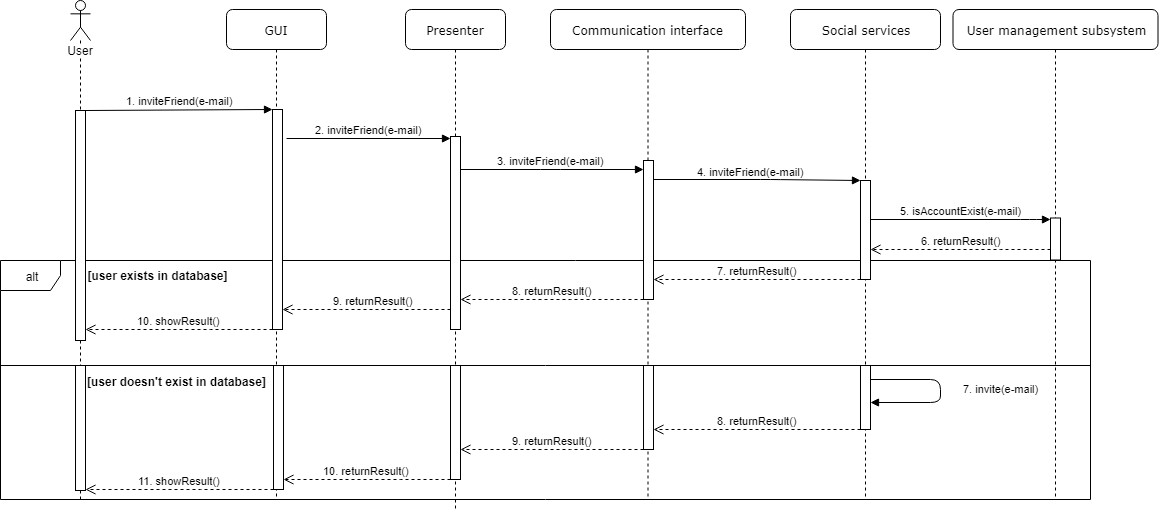
Earlier version of the draw.io export Documents/images/inviteFriend.png (dorotatomczak/TravelPlannerApp). Source tidied: cells renumbered, new cells last; positions are measured from the earlier drawing's top-left corner, leaving out a move shared by most shapes. The source it was exported from:
```xml
<mxGraphModel background="#ffffff">
  <root>
    <mxCell id="0" />
    <mxCell id="1" parent="0" />
    <mxCell id="2" value="alt" style="shape=umlFrame;whiteSpace=wrap;html=1;" parent="1" vertex="1">
      <mxGeometry y="260" width="1090" height="239" as="geometry" />
    </mxCell>
    <mxCell id="3" value="GUI" style="shape=umlLifeline;perimeter=lifelinePerimeter;whiteSpace=wrap;html=1;rounded=1;shadow=0;comic=0;labelBackgroundColor=none;strokeColor=#000000;strokeWidth=1;fillColor=#FFFFFF;fontFamily=Verdana;fontSize=12;fontColor=#000000;align=center;" parent="1" vertex="1">
      <mxGeometry x="226" y="9" width="100" height="490" as="geometry" />
    </mxCell>
    <mxCell id="4" style="html=1;points=[];perimeter=orthogonalPerimeter;" parent="3" vertex="1">
      <mxGeometry x="46" y="100" width="10" height="220" as="geometry" />
    </mxCell>
    <mxCell id="5" style="html=1;points=[];perimeter=orthogonalPerimeter;" parent="3" vertex="1">
      <mxGeometry x="47" y="356" width="10" height="124" as="geometry" />
    </mxCell>
    <mxCell id="6" value="User&lt;br&gt;" style="shape=umlLifeline;participant=umlActor;perimeter=lifelinePerimeter;whiteSpace=wrap;html=1;verticalAlign=top;spacingTop=36;labelBackgroundColor=#ffffff;" parent="1" vertex="1">
      <mxGeometry x="70" width="20" height="499" as="geometry" />
    </mxCell>
    <mxCell id="7" style="html=1;points=[];perimeter=orthogonalPerimeter;" parent="6" vertex="1">
      <mxGeometry x="5" y="110" width="10" height="230" as="geometry" />
    </mxCell>
    <mxCell id="8" style="html=1;points=[];perimeter=orthogonalPerimeter;" parent="6" vertex="1">
      <mxGeometry x="5" y="365" width="10" height="125" as="geometry" />
    </mxCell>
    <mxCell id="9" value="Communication interface" style="shape=umlLifeline;perimeter=lifelinePerimeter;whiteSpace=wrap;html=1;rounded=1;shadow=0;comic=0;labelBackgroundColor=none;strokeColor=#000000;strokeWidth=1;fillColor=#FFFFFF;fontFamily=Verdana;fontSize=12;fontColor=#000000;align=center;" parent="1" vertex="1">
      <mxGeometry x="550" y="9" width="195" height="490" as="geometry" />
    </mxCell>
    <mxCell id="10" style="html=1;points=[];perimeter=orthogonalPerimeter;" parent="9" vertex="1">
      <mxGeometry x="93" y="151" width="10" height="139" as="geometry" />
    </mxCell>
    <mxCell id="11" style="html=1;points=[];perimeter=orthogonalPerimeter;" parent="9" vertex="1">
      <mxGeometry x="93" y="356" width="10" height="84" as="geometry" />
    </mxCell>
    <mxCell id="12" value="User management subsystem" style="shape=umlLifeline;perimeter=lifelinePerimeter;whiteSpace=wrap;html=1;rounded=1;shadow=0;comic=0;labelBackgroundColor=none;strokeColor=#000000;strokeWidth=1;fillColor=#FFFFFF;fontFamily=Verdana;fontSize=12;fontColor=#000000;align=center;" parent="1" vertex="1">
      <mxGeometry x="952.5" y="9" width="205" height="490" as="geometry" />
    </mxCell>
    <mxCell id="13" style="html=1;points=[];perimeter=orthogonalPerimeter;" parent="12" vertex="1">
      <mxGeometry x="97.5" y="208.5" width="10" height="42" as="geometry" />
    </mxCell>
    <mxCell id="14" value="Presenter" style="shape=umlLifeline;perimeter=lifelinePerimeter;whiteSpace=wrap;html=1;rounded=1;shadow=0;comic=0;labelBackgroundColor=none;strokeColor=#000000;strokeWidth=1;fillColor=#FFFFFF;fontFamily=Verdana;fontSize=12;fontColor=#000000;align=center;" parent="1" vertex="1">
      <mxGeometry x="405" y="9" width="100" height="499" as="geometry" />
    </mxCell>
    <mxCell id="15" style="html=1;points=[];perimeter=orthogonalPerimeter;" parent="14" vertex="1">
      <mxGeometry x="45" y="127" width="10" height="193" as="geometry" />
    </mxCell>
    <mxCell id="16" style="html=1;points=[];perimeter=orthogonalPerimeter;" parent="14" vertex="1">
      <mxGeometry x="45" y="356" width="10" height="114" as="geometry" />
    </mxCell>
    <mxCell id="17" value="Social services" style="shape=umlLifeline;perimeter=lifelinePerimeter;whiteSpace=wrap;html=1;rounded=1;shadow=0;comic=0;labelBackgroundColor=none;strokeColor=#000000;strokeWidth=1;fillColor=#FFFFFF;fontFamily=Verdana;fontSize=12;fontColor=#000000;align=center;" parent="1" vertex="1">
      <mxGeometry x="790" y="9" width="150" height="490" as="geometry" />
    </mxCell>
    <mxCell id="18" style="html=1;points=[];perimeter=orthogonalPerimeter;" parent="17" vertex="1">
      <mxGeometry x="70" y="171" width="10" height="99" as="geometry" />
    </mxCell>
    <mxCell id="19" style="html=1;points=[];perimeter=orthogonalPerimeter;" parent="17" vertex="1">
      <mxGeometry x="70" y="356" width="10" height="64" as="geometry" />
    </mxCell>
    <mxCell id="20" value="7. invite(e-mail)" style="html=1;verticalAlign=bottom;endArrow=block;" parent="17" edge="1" target="19">
      <mxGeometry x="0.14" y="-60" relative="1" as="geometry">
        <mxPoint x="80" y="370" as="sourcePoint" />
        <Array as="points">
          <mxPoint x="150" y="370" />
          <mxPoint x="150" y="393" />
        </Array>
        <mxPoint x="60" y="55" as="offset" />
      </mxGeometry>
    </mxCell>
    <mxCell id="21" value="1. inviteFriend(e-mail)" style="html=1;verticalAlign=bottom;endArrow=block;entryX=0;entryY=0;" parent="1" edge="1" source="7" target="4">
      <mxGeometry relative="1" as="geometry" />
    </mxCell>
    <mxCell id="22" value="2. inviteFriend(e-mail)" style="html=1;verticalAlign=bottom;endArrow=block;exitX=1.45;exitY=0.295;exitDx=0;exitDy=0;exitPerimeter=0;" parent="1" edge="1" target="15">
      <mxGeometry relative="1" as="geometry">
        <mxPoint x="286" y="138" as="sourcePoint" />
      </mxGeometry>
    </mxCell>
    <mxCell id="23" value="3. inviteFriend(e-mail)&lt;br&gt;" style="html=1;verticalAlign=bottom;endArrow=block;" parent="1" edge="1" source="15" target="10">
      <mxGeometry x="-0.02" relative="1" as="geometry">
        <Array as="points">
          <mxPoint x="550" y="169" />
        </Array>
      </mxGeometry>
    </mxCell>
    <mxCell id="24" value="4. inviteFriend(e-mail)" style="html=1;verticalAlign=bottom;endArrow=block;" parent="1" edge="1" source="10" target="18">
      <mxGeometry x="0.13" y="-20" relative="1" as="geometry">
        <Array as="points">
          <mxPoint x="770" y="179" />
        </Array>
        <mxPoint x="-20" y="-19" as="offset" />
      </mxGeometry>
    </mxCell>
    <mxCell id="25" value="5. isAccountExist(e-mail)" style="html=1;verticalAlign=bottom;endArrow=block;" parent="1" edge="1" source="18" target="13">
      <mxGeometry relative="1" as="geometry">
        <Array as="points">
          <mxPoint x="1030" y="219" />
        </Array>
      </mxGeometry>
    </mxCell>
    <mxCell id="26" style="line;strokeWidth=1;fillColor=none;align=left;verticalAlign=middle;spacingTop=-1;spacingLeft=3;spacingRight=3;labelPosition=right;" parent="1" vertex="1">
      <mxGeometry y="361" width="1090" height="8" as="geometry" />
    </mxCell>
    <mxCell id="27" value="[user exists in database]" style="text;align=center;fontStyle=1;verticalAlign=middle;spacingLeft=3;spacingRight=3;strokeColor=none;points=[[0,0.5],[1,0.5]];portConstraint=eastwest;" parent="1" vertex="1">
      <mxGeometry x="105" y="263" width="105" height="26" as="geometry" />
    </mxCell>
    <mxCell id="28" value="[user doesn't exist in database]" style="text;align=center;fontStyle=1;verticalAlign=middle;spacingLeft=3;spacingRight=3;strokeColor=none;" parent="1" vertex="1">
      <mxGeometry x="115" y="369" width="123" height="26" as="geometry" />
    </mxCell>
    <mxCell id="29" value="6. returnResult()&lt;br&gt;" style="html=1;verticalAlign=bottom;endArrow=open;dashed=1;endSize=8;" parent="1" edge="1" source="13" target="18">
      <mxGeometry relative="1" as="geometry">
        <Array as="points">
          <mxPoint x="1010" y="249" />
        </Array>
      </mxGeometry>
    </mxCell>
    <mxCell id="30" value="7. returnResult()" style="html=1;verticalAlign=bottom;endArrow=open;dashed=1;endSize=8;" parent="1" edge="1" source="18" target="10">
      <mxGeometry relative="1" as="geometry">
        <Array as="points">
          <mxPoint x="840" y="279" />
        </Array>
      </mxGeometry>
    </mxCell>
    <mxCell id="31" value="8. returnResult()" style="html=1;verticalAlign=bottom;endArrow=open;dashed=1;endSize=8;" parent="1" edge="1" source="10" target="15">
      <mxGeometry relative="1" as="geometry">
        <Array as="points">
          <mxPoint x="560" y="299" />
        </Array>
      </mxGeometry>
    </mxCell>
    <mxCell id="32" value="9. returnResult()" style="html=1;verticalAlign=bottom;endArrow=open;dashed=1;endSize=8;" parent="1" edge="1" source="15" target="4">
      <mxGeometry x="0.41" y="-40" relative="1" as="geometry">
        <Array as="points">
          <mxPoint x="330" y="309" />
        </Array>
        <mxPoint x="40" y="40" as="offset" />
      </mxGeometry>
    </mxCell>
    <mxCell id="33" value="10. showResult()" style="html=1;verticalAlign=bottom;endArrow=open;dashed=1;endSize=8;" parent="1" edge="1" source="4" target="7">
      <mxGeometry relative="1" as="geometry">
        <Array as="points">
          <mxPoint x="200" y="329" />
        </Array>
      </mxGeometry>
    </mxCell>
    <mxCell id="34" value="8. returnResult()" style="html=1;verticalAlign=bottom;endArrow=open;dashed=1;endSize=8;" parent="1" edge="1" source="19" target="11">
      <mxGeometry relative="1" as="geometry">
        <Array as="points">
          <mxPoint x="750" y="429" />
        </Array>
      </mxGeometry>
    </mxCell>
    <mxCell id="35" value="9. returnResult()" style="html=1;verticalAlign=bottom;endArrow=open;dashed=1;endSize=8;" parent="1" edge="1" source="11" target="16">
      <mxGeometry relative="1" as="geometry">
        <Array as="points">
          <mxPoint x="580" y="449" />
        </Array>
      </mxGeometry>
    </mxCell>
    <mxCell id="36" value="11. showResult()" style="html=1;verticalAlign=bottom;endArrow=open;dashed=1;endSize=8;" parent="1" edge="1" source="5" target="8">
      <mxGeometry relative="1" as="geometry">
        <Array as="points">
          <mxPoint x="210" y="489" />
        </Array>
      </mxGeometry>
    </mxCell>
    <mxCell id="37" value="10. returnResult()" style="html=1;verticalAlign=bottom;endArrow=open;dashed=1;endSize=8;" parent="1" edge="1" source="16" target="5">
      <mxGeometry relative="1" as="geometry">
        <Array as="points">
          <mxPoint x="390" y="479" />
        </Array>
      </mxGeometry>
    </mxCell>
  </root>
</mxGraphModel>
```
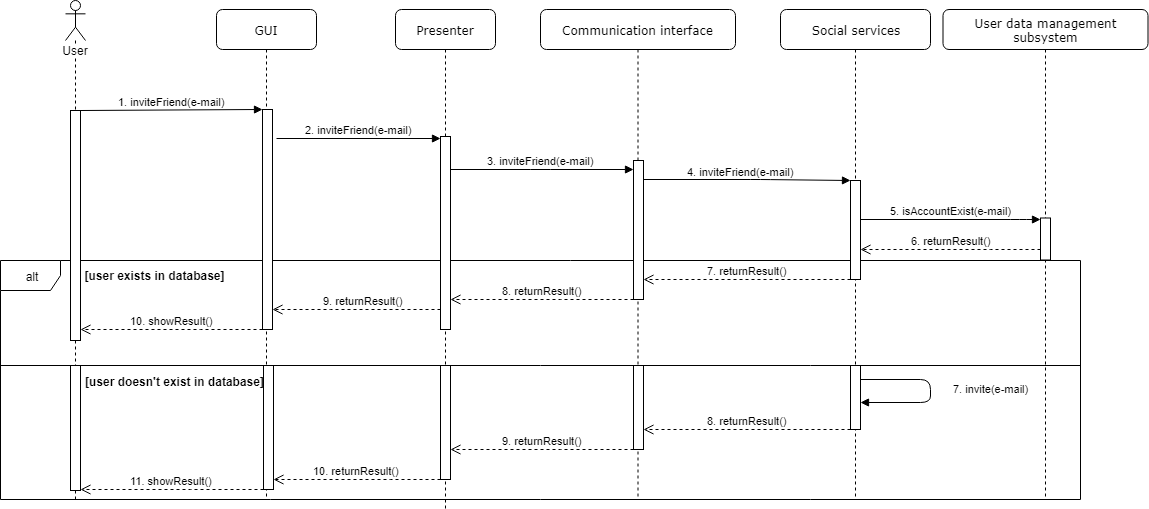
Above is the later version.

What changed in the source:
```diff
@@ -3,7 +3,7 @@
     <mxCell id="0" />
     <mxCell id="1" parent="0" />
     <mxCell id="2" value="alt" style="shape=umlFrame;whiteSpace=wrap;html=1;" parent="1" vertex="1">
-      <mxGeometry y="260" width="1090" height="239" as="geometry" />
+      <mxGeometry x="10" y="260" width="1080" height="239" as="geometry" />
     </mxCell>
     <mxCell id="3" value="GUI" style="shape=umlLifeline;perimeter=lifelinePerimeter;whiteSpace=wrap;html=1;rounded=1;shadow=0;comic=0;labelBackgroundColor=none;strokeColor=#000000;strokeWidth=1;fillColor=#FFFFFF;fontFamily=Verdana;fontSize=12;fontColor=#000000;align=center;" parent="1" vertex="1">
       <mxGeometry x="226" y="9" width="100" height="490" as="geometry" />
@@ -15,7 +15,7 @@
       <mxGeometry x="47" y="356" width="10" height="124" as="geometry" />
     </mxCell>
     <mxCell id="6" value="User&lt;br&gt;" style="shape=umlLifeline;participant=umlActor;perimeter=lifelinePerimeter;whiteSpace=wrap;html=1;verticalAlign=top;spacingTop=36;labelBackgroundColor=#ffffff;" parent="1" vertex="1">
-      <mxGeometry x="70" width="20" height="499" as="geometry" />
+      <mxGeometry x="75" width="20" height="499" as="geometry" />
     </mxCell>
     <mxCell id="7" style="html=1;points=[];perimeter=orthogonalPerimeter;" parent="6" vertex="1">
       <mxGeometry x="5" y="110" width="10" height="230" as="geometry" />
@@ -32,7 +32,7 @@
     <mxCell id="11" style="html=1;points=[];perimeter=orthogonalPerimeter;" parent="9" vertex="1">
       <mxGeometry x="93" y="356" width="10" height="84" as="geometry" />
     </mxCell>
-    <mxCell id="12" value="User management subsystem" style="shape=umlLifeline;perimeter=lifelinePerimeter;whiteSpace=wrap;html=1;rounded=1;shadow=0;comic=0;labelBackgroundColor=none;strokeColor=#000000;strokeWidth=1;fillColor=#FFFFFF;fontFamily=Verdana;fontSize=12;fontColor=#000000;align=center;" parent="1" vertex="1">
+    <mxCell id="12" value="User data management subsystem" style="shape=umlLifeline;perimeter=lifelinePerimeter;whiteSpace=wrap;html=1;rounded=1;shadow=0;comic=0;labelBackgroundColor=none;strokeColor=#000000;strokeWidth=1;fillColor=#FFFFFF;fontFamily=Verdana;fontSize=12;fontColor=#000000;align=center;" parent="1" vertex="1">
       <mxGeometry x="952.5" y="9" width="205" height="490" as="geometry" />
     </mxCell>
     <mxCell id="13" style="html=1;points=[];perimeter=orthogonalPerimeter;" parent="12" vertex="1">
@@ -97,13 +97,13 @@
       </mxGeometry>
     </mxCell>
     <mxCell id="26" style="line;strokeWidth=1;fillColor=none;align=left;verticalAlign=middle;spacingTop=-1;spacingLeft=3;spacingRight=3;labelPosition=right;" parent="1" vertex="1">
-      <mxGeometry y="361" width="1090" height="8" as="geometry" />
+      <mxGeometry x="10" y="361" width="1080" height="8" as="geometry" />
     </mxCell>
     <mxCell id="27" value="[user exists in database]" style="text;align=center;fontStyle=1;verticalAlign=middle;spacingLeft=3;spacingRight=3;strokeColor=none;points=[[0,0.5],[1,0.5]];portConstraint=eastwest;" parent="1" vertex="1">
-      <mxGeometry x="105" y="263" width="105" height="26" as="geometry" />
+      <mxGeometry x="112" y="263" width="105" height="26" as="geometry" />
     </mxCell>
     <mxCell id="28" value="[user doesn't exist in database]" style="text;align=center;fontStyle=1;verticalAlign=middle;spacingLeft=3;spacingRight=3;strokeColor=none;" parent="1" vertex="1">
-      <mxGeometry x="115" y="369" width="123" height="26" as="geometry" />
+      <mxGeometry x="123" y="369" width="123" height="26" as="geometry" />
     </mxCell>
     <mxCell id="29" value="6. returnResult()&lt;br&gt;" style="html=1;verticalAlign=bottom;endArrow=open;dashed=1;endSize=8;" parent="1" edge="1" source="13" target="18">
       <mxGeometry relative="1" as="geometry">
@@ -169,5 +169,8 @@
         </Array>
       </mxGeometry>
     </mxCell>
+    <mxCell id="38" style="edgeStyle=orthogonalEdgeStyle;rounded=0;orthogonalLoop=1;jettySize=auto;html=1;exitX=1;exitY=0.5;exitDx=0;exitDy=0;" parent="1" edge="1" source="27" target="27">
+      <mxGeometry relative="1" as="geometry" />
+    </mxCell>
   </root>
 </mxGraphModel>
```
